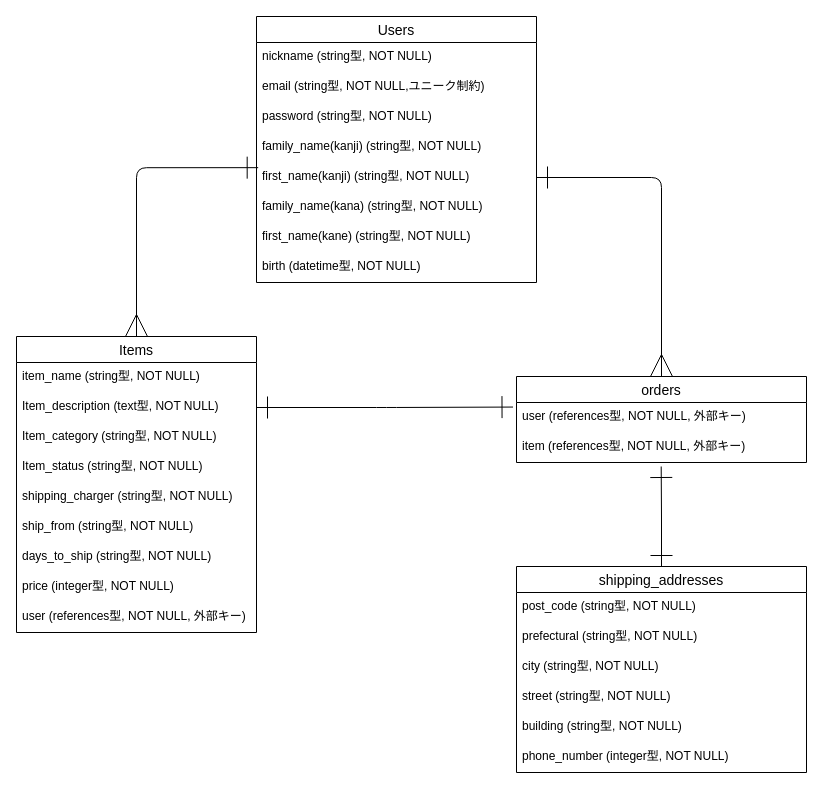
The draw.io diagram furima-38535.dio in kota-aso/furima-38535, before the edit. Source tidied: cells renumbered, new cells numbered last; positions are measured from the earlier drawing's top-left corner, leaving out a move shared by most shapes. Both pictures are drawn from the tidied source at 100%, with x=0, y=0 at pixel (16, 16).
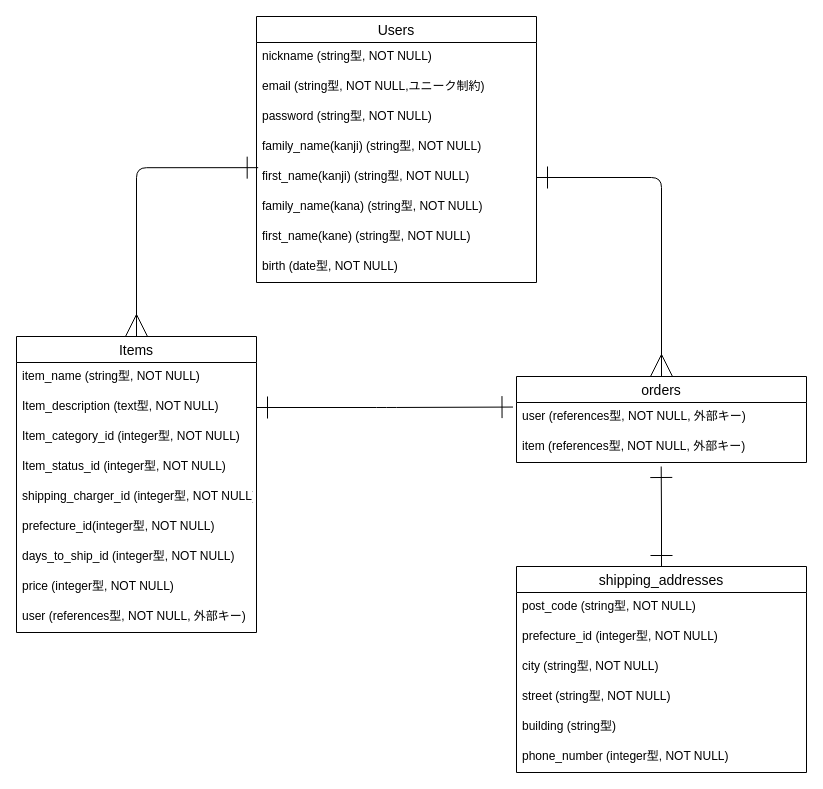
The same page after the edit.

The change refers to these unchanged cells:
```xml
<mxCell id="2" value="Users" style="swimlane;fontStyle=0;horizontal=1;startSize=26;align=center;fontSize=14;" parent="1" vertex="1">
  <mxGeometry x="240" width="280" height="266" as="geometry" />
</mxCell>
<mxCell id="15" value="Items" style="swimlane;fontStyle=0;horizontal=1;startSize=26;align=center;fontSize=14;" parent="1" vertex="1">
  <mxGeometry y="320" width="240" height="296" as="geometry" />
</mxCell>
<mxCell id="26" value="shipping_addresses" style="swimlane;fontStyle=0;horizontal=1;startSize=26;align=center;fontSize=14;" parent="1" vertex="1">
  <mxGeometry x="500" y="550" width="290" height="206" as="geometry" />
</mxCell>
```

Change to the diagram source:
```diff
@@
-    <mxCell id="10" value="birth (datetime型, NOT NULL)" style="text;strokeColor=none;fillColor=none;spacingLeft=4;spacingRight=4;overflow=hidden;fontSize=12;" parent="2" vertex="1">
+    <mxCell id="10" value="birth (date型, NOT NULL)" style="text;strokeColor=none;fillColor=none;spacingLeft=4;spacingRight=4;overflow=hidden;fontSize=12;" parent="2" vertex="1">
       <mxGeometry y="236" width="280" height="30" as="geometry" />
     </mxCell>
@@
-    <mxCell id="18" value="Item_category (string型, NOT NULL)" style="text;strokeColor=none;fillColor=none;spacingLeft=4;spacingRight=4;overflow=hidden;fontSize=12;" parent="15" vertex="1">
+    <mxCell id="18" value="Item_category_id (integer型, NOT NULL)" style="text;strokeColor=none;fillColor=none;spacingLeft=4;spacingRight=4;overflow=hidden;fontSize=12;" parent="15" vertex="1">
       <mxGeometry y="86" width="240" height="30" as="geometry" />
     </mxCell>
-    <mxCell id="19" value="Item_status (string型, NOT NULL)" style="text;strokeColor=none;fillColor=none;spacingLeft=4;spacingRight=4;overflow=hidden;fontSize=12;" parent="15" vertex="1">
+    <mxCell id="19" value="Item_status_id (integer型, NOT NULL)" style="text;strokeColor=none;fillColor=none;spacingLeft=4;spacingRight=4;overflow=hidden;fontSize=12;" parent="15" vertex="1">
       <mxGeometry y="116" width="240" height="30" as="geometry" />
     </mxCell>
-    <mxCell id="20" value="shipping_charger (string型, NOT NULL)" style="text;strokeColor=none;fillColor=none;spacingLeft=4;spacingRight=4;overflow=hidden;fontSize=12;" parent="15" vertex="1">
+    <mxCell id="20" value="shipping_charger_id (integer型, NOT NULL)" style="text;strokeColor=none;fillColor=none;spacingLeft=4;spacingRight=4;overflow=hidden;fontSize=12;" parent="15" vertex="1">
       <mxGeometry y="146" width="240" height="30" as="geometry" />
     </mxCell>
-    <mxCell id="21" value="ship_from (string型, NOT NULL)" style="text;strokeColor=none;fillColor=none;spacingLeft=4;spacingRight=4;overflow=hidden;fontSize=12;" parent="15" vertex="1">
+    <mxCell id="21" value="prefecture_id(integer型, NOT NULL)" style="text;strokeColor=none;fillColor=none;spacingLeft=4;spacingRight=4;overflow=hidden;fontSize=12;" parent="15" vertex="1">
       <mxGeometry y="176" width="240" height="30" as="geometry" />
     </mxCell>
-    <mxCell id="22" value="days_to_ship (string型, NOT NULL)" style="text;strokeColor=none;fillColor=none;spacingLeft=4;spacingRight=4;overflow=hidden;fontSize=12;" parent="15" vertex="1">
+    <mxCell id="22" value="days_to_ship_id (integer型, NOT NULL)" style="text;strokeColor=none;fillColor=none;spacingLeft=4;spacingRight=4;overflow=hidden;fontSize=12;" parent="15" vertex="1">
       <mxGeometry y="206" width="240" height="30" as="geometry" />
     </mxCell>
@@
-    <mxCell id="28" value="prefectural (string型, NOT NULL)" style="text;strokeColor=none;fillColor=none;spacingLeft=4;spacingRight=4;overflow=hidden;fontSize=12;" parent="26" vertex="1">
+    <mxCell id="28" value="prefecture_id (integer型, NOT NULL)" style="text;strokeColor=none;fillColor=none;spacingLeft=4;spacingRight=4;overflow=hidden;fontSize=12;" parent="26" vertex="1">
       <mxGeometry y="56" width="290" height="30" as="geometry" />
     </mxCell>
@@
-    <mxCell id="31" value="building (string型, NOT NULL)" style="text;strokeColor=none;fillColor=none;spacingLeft=4;spacingRight=4;overflow=hidden;fontSize=12;" parent="26" vertex="1">
+    <mxCell id="31" value="building (string型)" style="text;strokeColor=none;fillColor=none;spacingLeft=4;spacingRight=4;overflow=hidden;fontSize=12;" parent="26" vertex="1">
       <mxGeometry y="146" width="290" height="30" as="geometry" />
     </mxCell>
```
